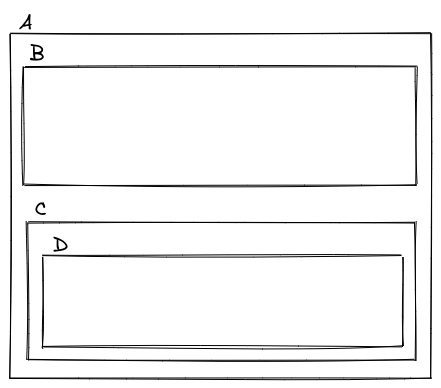
ofurtumi/fmal-final keeps this Excalidraw diagram as pics/spurning3-2019.excalidraw.png. Above is the earlier version. Source tidied: one line per element, renumbered; positions are measured from the earlier drawing's top-left corner, leaving out a move shared by most shapes.
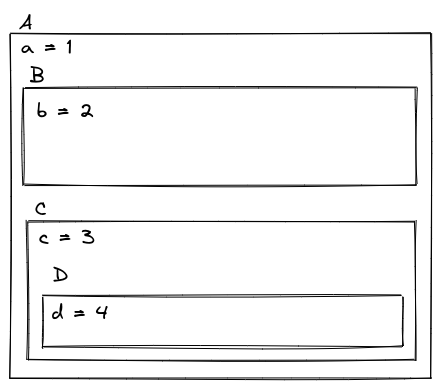
Above is the later version.

Commit message:
upp að og með kafla 13

The edit, as a diff of the source:
```diff
@@ -1,8 +1,12 @@
 {"id": 0, "type": "rectangle", "strokeColor": "#000000", "strokeWidth": 1, "roughness": 1, "x": 0, "y": 23, "width": 421, "height": 345}
-{"id": 1, "type": "rectangle", "strokeColor": "#000000", "strokeWidth": 1, "roughness": 1, "x": 14, "y": 57, "width": 392, "height": 118}
+{"id": 1, "type": "rectangle", "strokeColor": "#000000", "strokeWidth": 1, "roughness": 1, "x": 14, "y": 78, "width": 392, "height": 97}
-{"id": 2, "type": "rectangle", "strokeColor": "#000000", "strokeWidth": 1, "roughness": 1, "x": 18, "y": 212, "width": 387, "height": 138}
+{"id": 2, "type": "rectangle", "strokeColor": "#000000", "strokeWidth": 1, "roughness": 1, "x": 18, "y": 211, "width": 387, "height": 139}
-{"id": 3, "type": "rectangle", "strokeColor": "#000000", "strokeWidth": 1, "roughness": 1, "x": 33, "y": 246, "width": 359, "height": 91}
+{"id": 3, "type": "rectangle", "strokeColor": "#000000", "strokeWidth": 1, "roughness": 1, "x": 33, "y": 286, "width": 359, "height": 51}
 {"id": 4, "type": "text", "text": "A", "strokeColor": "#000000", "strokeWidth": 1, "roughness": 1, "fontSize": 20, "fontFamily": 1, "x": 9, "y": 0, "width": 15, "height": 25}
-{"id": 5, "type": "text", "text": "B", "strokeColor": "#000000", "strokeWidth": 1, "roughness": 1, "fontSize": 20, "fontFamily": 1, "x": 20, "y": 31, "width": 17, "height": 25}
+{"id": 5, "type": "text", "text": "B", "strokeColor": "#000000", "strokeWidth": 1, "roughness": 1, "fontSize": 20, "fontFamily": 1, "x": 20, "y": 53, "width": 17, "height": 25}
 {"id": 6, "type": "text", "text": "C", "strokeColor": "#000000", "strokeWidth": 1, "roughness": 1, "fontSize": 20, "fontFamily": 1, "x": 25, "y": 187, "width": 15, "height": 25}
-{"id": 7, "type": "text", "text": "D", "strokeColor": "#000000", "strokeWidth": 1, "roughness": 1, "fontSize": 20, "fontFamily": 1, "x": 43, "y": 223, "width": 18, "height": 25}
+{"id": 7, "type": "text", "text": "D", "strokeColor": "#000000", "strokeWidth": 1, "roughness": 1, "fontSize": 20, "fontFamily": 1, "x": 43, "y": 253, "width": 18, "height": 25}
+{"id": 8, "type": "text", "text": "b = 2", "strokeColor": "#000000", "strokeWidth": 1, "roughness": 1, "fontSize": 20, "fontFamily": 1, "x": 27, "y": 89, "width": 59, "height": 25}
+{"id": 9, "type": "text", "text": "a = 1", "strokeColor": "#000000", "strokeWidth": 1, "roughness": 1, "fontSize": 20, "fontFamily": 1, "x": 11, "y": 25, "width": 53, "height": 25}
+{"id": 10, "type": "text", "text": "c = 3", "strokeColor": "#000000", "strokeWidth": 1, "roughness": 1, "fontSize": 20, "fontFamily": 1, "x": 29, "y": 215, "width": 58, "height": 25}
+{"id": 11, "type": "text", "text": "d = 4", "strokeColor": "#000000", "strokeWidth": 1, "roughness": 1, "fontSize": 20, "fontFamily": 1, "x": 42, "y": 291, "width": 59, "height": 25}
```
